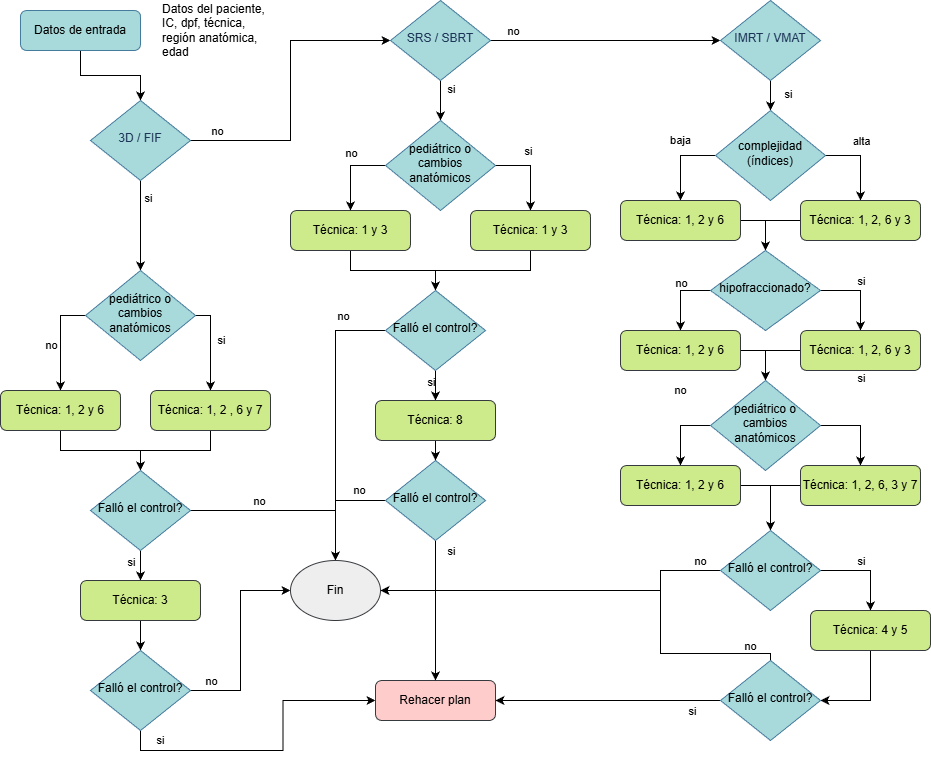
MatiasMadrid/Automatismo-de-PSQA keeps this draw.io diagram as img/Diagrama_árbol.png. Above is the earlier version. Source tidied: cells renumbered, new cells last; positions are measured from the earlier drawing's top-left corner, leaving out a move shared by most shapes.
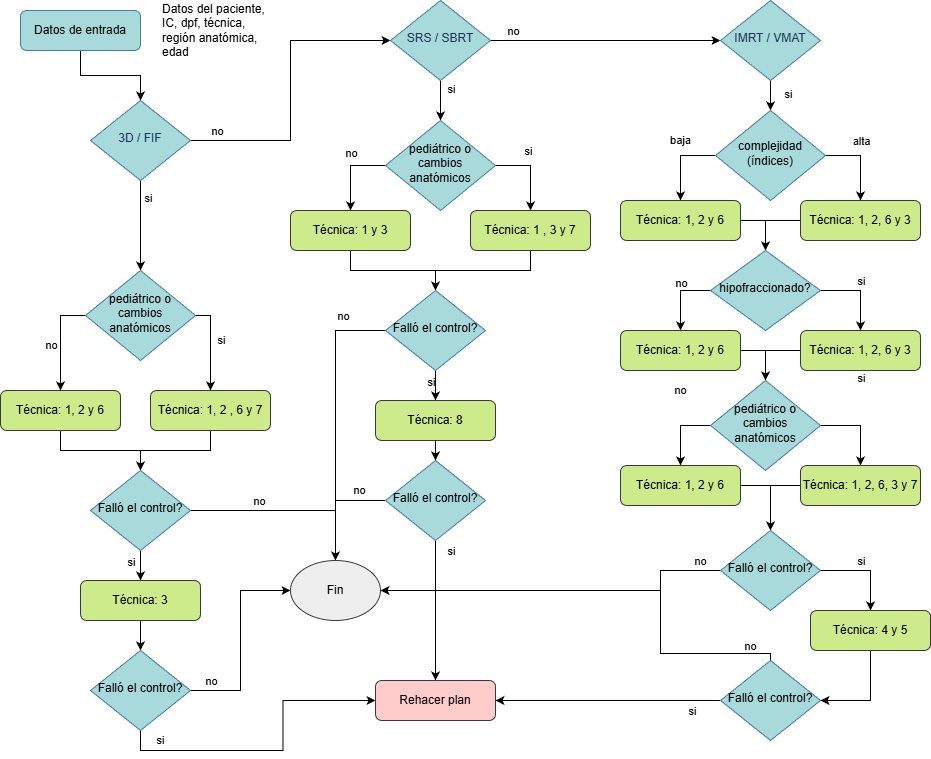
The same file after the commit.

The edit, as a diff of the source:
```diff
@@ -171,7 +171,7 @@
     <mxCell id="47" style="edgeStyle=orthogonalEdgeStyle;rounded=0;jettySize=auto;html=1;entryX=0.5;entryY=0;entryDx=0;entryDy=0;" parent="1" edge="1" source="48" target="52">
       <mxGeometry relative="1" as="geometry" />
     </mxCell>
-    <mxCell id="48" value="Técnica: 1 y 3" style="rounded=1;whiteSpace=wrap;html=1;fontSize=12;glass=0;strokeWidth=1;shadow=0;labelBackgroundColor=none;fillColor=#cdeb8b;strokeColor=#36393d;" parent="1" vertex="1">
+    <mxCell id="48" value="Técnica: 1 , 3 y 7" style="rounded=1;whiteSpace=wrap;html=1;fontSize=12;glass=0;strokeWidth=1;shadow=0;labelBackgroundColor=none;fillColor=#cdeb8b;strokeColor=#36393d;" parent="1" vertex="1">
       <mxGeometry x="470" y="210" width="120" height="40" as="geometry" />
     </mxCell>
     <mxCell id="49" style="edgeStyle=orthogonalEdgeStyle;rounded=0;jettySize=auto;html=1;entryX=0.5;entryY=0;entryDx=0;entryDy=0;" parent="1" edge="1" source="52" target="55">
```
